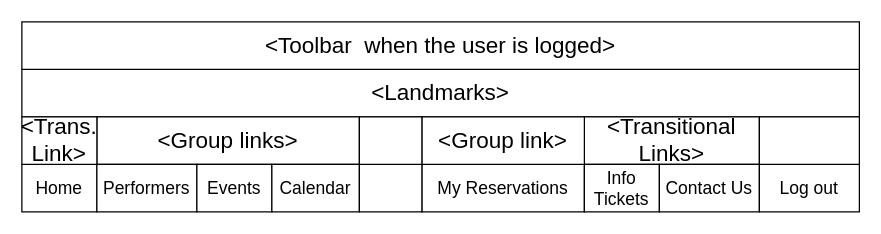
Before: other/documentation/frontend/DRAW IO desing/toolbar logged.drawio in LeonardoPanizzo/hypermedia2019, a draw.io diagram. Source tidied: cells renumbered, new cells numbered last; positions are measured from the earlier drawing's top-left corner, leaving out a move shared by most shapes. Both pictures are drawn from the tidied source at 125%, with x=0, y=0 at pixel (21, 21).
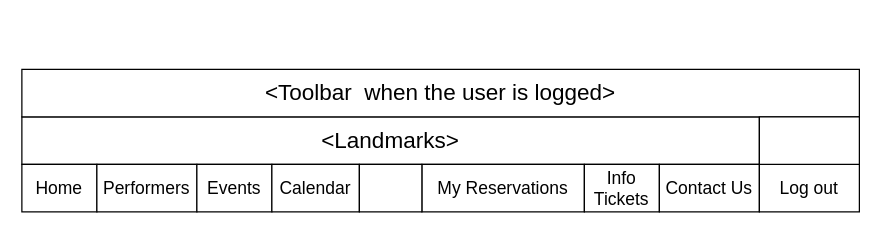
After the change.

Change to the diagram source:
```diff
@@
 <mxGraphModel>
   <root>
     <mxCell id="0" />
     <mxCell id="1" parent="0" />
     <mxCell id="2" value="&amp;lt;Landmarks&amp;gt;" style="rounded=0;whiteSpace=wrap;html=1;fontStyle=0;fontSize=18;" parent="1" vertex="1">
-      <mxGeometry y="38" width="670" height="38" as="geometry" />
+      <mxGeometry y="76" width="590" height="38" as="geometry" />
     </mxCell>
-    <mxCell id="3" value="&lt;span style=&quot;font-size: 18px;&quot;&gt;&amp;lt;Group links&amp;gt;&lt;/span&gt;" style="rounded=0;whiteSpace=wrap;html=1;fontStyle=0;fontSize=18;" parent="1" vertex="1">
-      <mxGeometry x="60" y="76" width="210" height="38" as="geometry" />
-    </mxCell>
     <mxCell id="4" value="&lt;span style=&quot;font-size: 14px;&quot;&gt;Home&lt;/span&gt;" style="rounded=0;whiteSpace=wrap;html=1;fontStyle=0;fontSize=14;" parent="1" vertex="1">
       <mxGeometry y="114" width="60" height="38" as="geometry" />
     </mxCell>
-    <mxCell id="5" value="&lt;span style=&quot;font-size: 18px;&quot;&gt;&amp;lt;Trans.&lt;br style=&quot;font-size: 18px;&quot;&gt;Link&amp;gt;&lt;/span&gt;&lt;br style=&quot;font-size: 18px;&quot;&gt;" style="rounded=0;whiteSpace=wrap;html=1;fontStyle=0;fontSize=18;" parent="1" vertex="1">
-      <mxGeometry y="76" width="60" height="38" as="geometry" />
-    </mxCell>
-    <mxCell id="6" value="&lt;span style=&quot;font-size: 18px;&quot;&gt;&amp;lt;Transitional Links&amp;gt;&lt;/span&gt;&lt;br style=&quot;font-size: 18px;&quot;&gt;" style="rounded=0;whiteSpace=wrap;html=1;fontStyle=0;fontSize=18;" parent="1" vertex="1">
-      <mxGeometry x="450" y="76" width="140" height="38" as="geometry" />
-    </mxCell>
     <mxCell id="7" value="&lt;span style=&quot;font-size: 14px&quot;&gt;Performers&lt;/span&gt;" style="rounded=0;whiteSpace=wrap;html=1;fontStyle=0;fontSize=14;" parent="1" vertex="1">
       <mxGeometry x="60" y="114" width="80" height="38" as="geometry" />
     </mxCell>
     <mxCell id="8" value="&lt;span style=&quot;font-size: 14px;&quot;&gt;Events&lt;/span&gt;" style="rounded=0;whiteSpace=wrap;html=1;fontStyle=0;fontSize=14;" parent="1" vertex="1">
       <mxGeometry x="140" y="114" width="60" height="38" as="geometry" />
     </mxCell>
     <mxCell id="9" value="&lt;span style=&quot;font-size: 14px&quot;&gt;Calendar&lt;br&gt;&lt;/span&gt;" style="rounded=0;whiteSpace=wrap;html=1;fontStyle=0;fontSize=14;" parent="1" vertex="1">
       <mxGeometry x="200" y="114" width="70" height="38" as="geometry" />
     </mxCell>
     <mxCell id="10" value="My Reservations" style="rounded=0;whiteSpace=wrap;html=1;fontStyle=0;fontSize=14;" parent="1" vertex="1">
       <mxGeometry x="320" y="114" width="130" height="38" as="geometry" />
     </mxCell>
     <mxCell id="11" style="rounded=0;whiteSpace=wrap;html=1;fontStyle=0;fontSize=14;" parent="1" vertex="1">
       <mxGeometry x="270" y="114" width="50" height="38" as="geometry" />
     </mxCell>
     <mxCell id="12" value="Info Tickets" style="rounded=0;whiteSpace=wrap;html=1;fontStyle=0;fontSize=14;" parent="1" vertex="1">
       <mxGeometry x="450" y="114" width="60" height="38" as="geometry" />
     </mxCell>
     <mxCell id="13" value="&lt;span style=&quot;font-size: 14px;&quot;&gt;&lt;span style=&quot;font-size: 14px;&quot;&gt;Contact Us&lt;/span&gt;&lt;/span&gt;" style="rounded=0;whiteSpace=wrap;html=1;fontStyle=0;fontSize=14;" parent="1" vertex="1">
       <mxGeometry x="510" y="114" width="80" height="38" as="geometry" />
     </mxCell>
     <mxCell id="14" value="&lt;span&gt;&amp;lt;Toolbar&amp;nbsp; when the user is logged&amp;gt;&lt;/span&gt;" style="rounded=0;whiteSpace=wrap;html=1;fontStyle=0;fontSize=18;" parent="1" vertex="1">
-      <mxGeometry width="670" height="38" as="geometry" />
+      <mxGeometry y="38" width="670" height="38" as="geometry" />
     </mxCell>
     <mxCell id="15" value="&lt;span style=&quot;font-size: 14px;&quot;&gt;&lt;span style=&quot;font-size: 14px;&quot;&gt;Log out&lt;/span&gt;&lt;/span&gt;" style="rounded=0;whiteSpace=wrap;html=1;fontStyle=0;fontSize=14;" parent="1" vertex="1">
       <mxGeometry x="590" y="114" width="80" height="38" as="geometry" />
     </mxCell>
     <mxCell id="16" value="&lt;br style=&quot;font-size: 18px&quot;&gt;" style="rounded=0;whiteSpace=wrap;html=1;fontStyle=0;fontSize=18;" parent="1" vertex="1">
       <mxGeometry x="590" y="76" width="80" height="38" as="geometry" />
     </mxCell>
-    <mxCell id="17" value="&lt;span style=&quot;font-size: 18px&quot;&gt;&amp;lt;Group link&amp;gt;&lt;/span&gt;" style="rounded=0;whiteSpace=wrap;html=1;fontStyle=0;fontSize=18;" parent="1" vertex="1">
-      <mxGeometry x="320" y="76" width="130" height="38" as="geometry" />
-    </mxCell>
-    <mxCell id="18" style="rounded=0;whiteSpace=wrap;html=1;fontStyle=0;fontSize=14;" parent="1" vertex="1">
-      <mxGeometry x="270" y="76" width="50" height="38" as="geometry" />
-    </mxCell>
   </root>
 </mxGraphModel>
```
